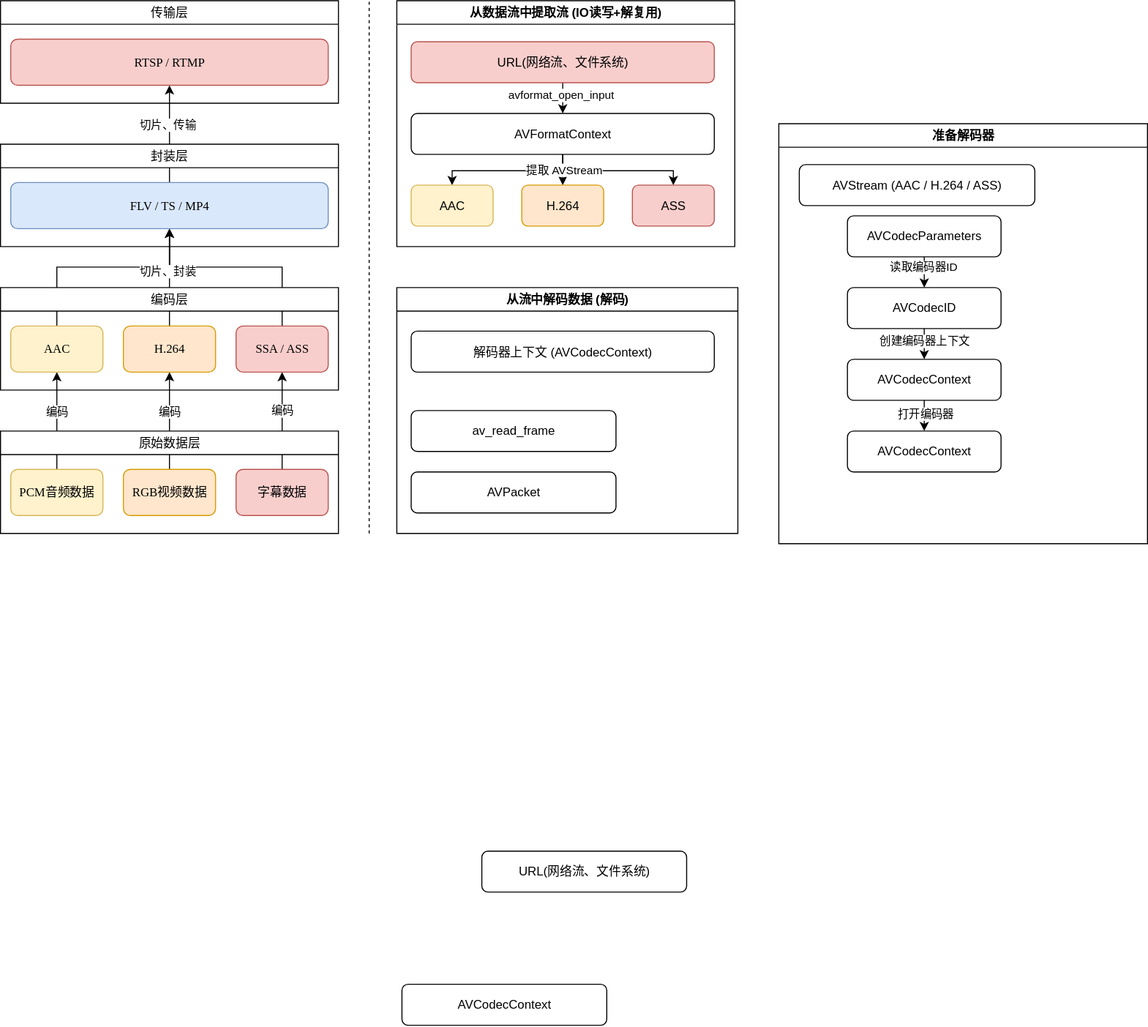
Before: 音视频开发/Resources/FFmpeg解码工作流.drawio.svg, a diagram exported from draw.io (h13-0/Notebooks). Source tidied: cells renumbered, new cells last; positions are measured from the earlier drawing's top-left corner, leaving out a move shared by most shapes.
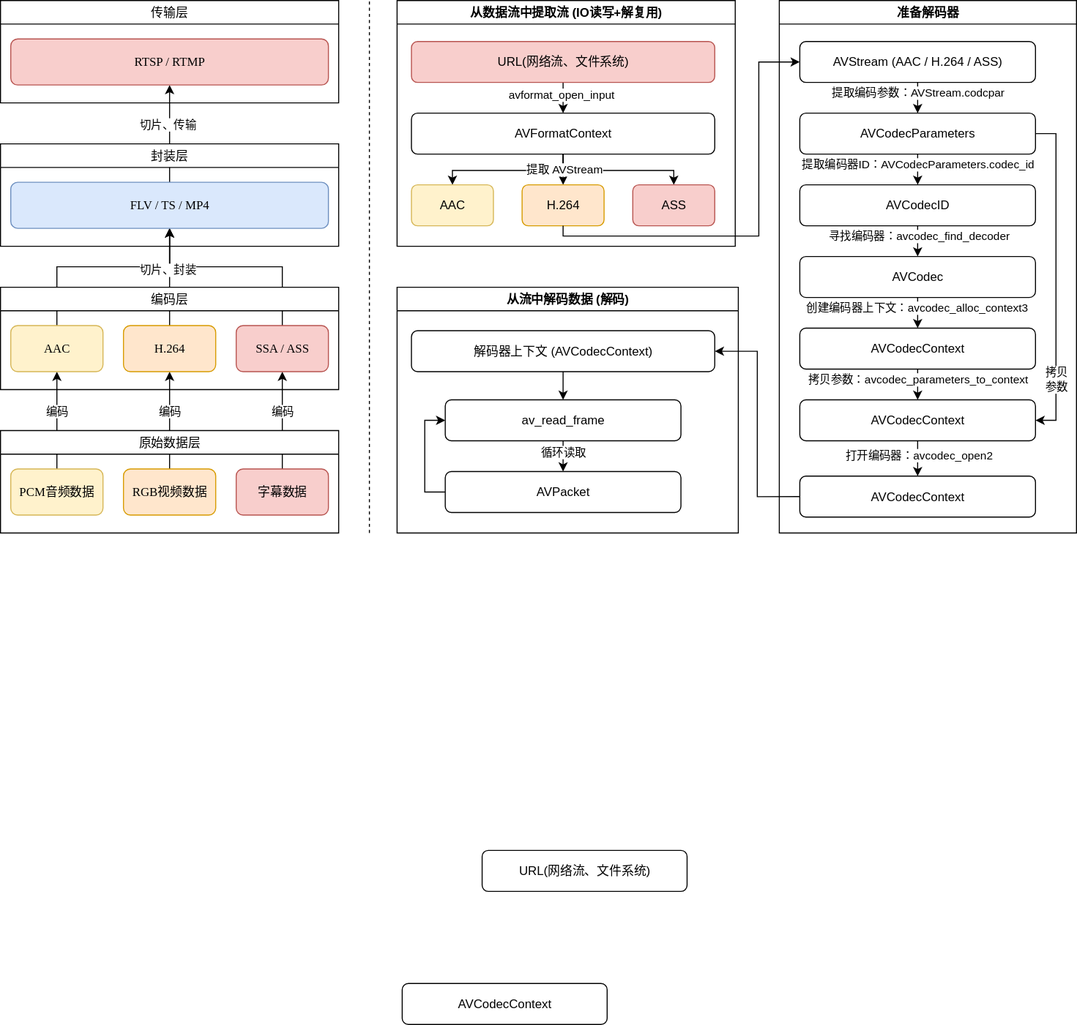
After the change.

Commit message:
vault backup: 2025-12-18 13:32:08

What changed in the source:
```diff
@@ -153,52 +153,118 @@
       <mxGeometry x="230" y="180" width="80" height="40" as="geometry" />
     </mxCell>
     <mxCell id="41" value="准备解码器" style="swimlane;whiteSpace=wrap;html=1;" parent="1" vertex="1">
-      <mxGeometry x="760" y="120" width="360" height="410" as="geometry" />
+      <mxGeometry x="760" width="290" height="520" as="geometry" />
     </mxCell>
     <mxCell id="42" style="edgeStyle=orthogonalEdgeStyle;rounded=0;jettySize=auto;html=1;exitX=0.5;exitY=1;exitDx=0;exitDy=0;entryX=0.5;entryY=0;entryDx=0;entryDy=0;" parent="41" edge="1" source="44" target="51">
       <mxGeometry relative="1" as="geometry" />
     </mxCell>
-    <mxCell id="43" value="打开编码器" style="edgeLabel;html=1;align=center;verticalAlign=middle;" parent="42" vertex="1">
+    <mxCell id="43" value="打开编码器：avcodec_open2" style="edgeLabel;html=1;align=center;verticalAlign=middle;" parent="42" vertex="1">
       <mxGeometry x="-0.18" y="1" relative="1" as="geometry" />
     </mxCell>
     <mxCell id="44" value="AVCodecContext" style="rounded=1;whiteSpace=wrap;html=1;" parent="41" vertex="1">
-      <mxGeometry x="67" y="230" width="150" height="40" as="geometry" />
+      <mxGeometry x="20" y="390" width="230" height="40" as="geometry" />
     </mxCell>
     <mxCell id="45" style="edgeStyle=orthogonalEdgeStyle;rounded=0;jettySize=auto;html=1;exitX=0.5;exitY=1;exitDx=0;exitDy=0;entryX=0.5;entryY=0;entryDx=0;entryDy=0;" parent="41" edge="1" source="47" target="50">
       <mxGeometry relative="1" as="geometry" />
     </mxCell>
-    <mxCell id="46" value="读取编码器ID" style="edgeLabel;html=1;align=center;verticalAlign=middle;" parent="45" vertex="1">
-      <mxGeometry x="-0.35" y="-1" relative="1" as="geometry" />
+    <mxCell id="46" value="提取编码器ID：AVCodecParameters.codec_id" style="edgeLabel;html=1;align=center;verticalAlign=middle;" parent="45" vertex="1">
+      <mxGeometry x="-0.35" y="-1" relative="1" as="geometry">
+        <mxPoint x="1" as="offset" />
+      </mxGeometry>
     </mxCell>
+    <mxCell id="57" style="edgeStyle=orthogonalEdgeStyle;rounded=0;jettySize=auto;html=1;exitX=1;exitY=0.5;exitDx=0;exitDy=0;entryX=1;entryY=0.5;entryDx=0;entryDy=0;" parent="41" edge="1" source="47" target="44">
+      <mxGeometry relative="1" as="geometry" />
+    </mxCell>
+    <mxCell id="58" value="拷贝&lt;div&gt;参数&lt;/div&gt;" style="edgeLabel;html=1;align=center;verticalAlign=middle;" parent="57" vertex="1">
+      <mxGeometry x="0.09" y="-5" relative="1" as="geometry">
+        <mxPoint x="5" y="85" as="offset" />
+      </mxGeometry>
+    </mxCell>
     <mxCell id="47" value="AVCodecParameters" style="rounded=1;whiteSpace=wrap;html=1;" parent="41" vertex="1">
-      <mxGeometry x="67" y="90" width="150" height="40" as="geometry" />
+      <mxGeometry x="20" y="110" width="230" height="40" as="geometry" />
     </mxCell>
-    <mxCell id="48" style="edgeStyle=orthogonalEdgeStyle;rounded=0;jettySize=auto;html=1;exitX=0.5;exitY=1;exitDx=0;exitDy=0;entryX=0.5;entryY=0;entryDx=0;entryDy=0;" parent="41" edge="1" source="50" target="44">
-      <mxGeometry relative="1" as="geometry" />
-    </mxCell>
-    <mxCell id="49" value="创建编码器上下文" style="edgeLabel;html=1;align=center;verticalAlign=middle;" parent="48" vertex="1">
-      <mxGeometry x="-0.22" relative="1" as="geometry" />
-    </mxCell>
+    <mxCell id="59" style="edgeStyle=orthogonalEdgeStyle;rounded=0;jettySize=auto;html=1;exitX=0.5;exitY=1;exitDx=0;exitDy=0;entryX=0.5;entryY=0;entryDx=0;entryDy=0;" parent="41" edge="1" source="50" target="65">
+      <mxGeometry relative="1" as="geometry" />
+    </mxCell>
+    <mxCell id="60" value="寻找编码器：avcodec_find_decoder" style="edgeLabel;html=1;align=center;verticalAlign=middle;" parent="59" vertex="1">
+      <mxGeometry x="-0.37" y="1" relative="1" as="geometry" />
+    </mxCell>
     <mxCell id="50" value="AVCodecID" style="rounded=1;whiteSpace=wrap;html=1;" parent="41" vertex="1">
-      <mxGeometry x="67" y="160" width="150" height="40" as="geometry" />
+      <mxGeometry x="20" y="180" width="230" height="40" as="geometry" />
     </mxCell>
     <mxCell id="51" value="AVCodecContext" style="rounded=1;whiteSpace=wrap;html=1;" parent="41" vertex="1">
-      <mxGeometry x="67" y="300" width="150" height="40" as="geometry" />
+      <mxGeometry x="20" y="464.5" width="230" height="40" as="geometry" />
     </mxCell>
+    <mxCell id="61" style="edgeStyle=orthogonalEdgeStyle;rounded=0;jettySize=auto;html=1;exitX=0.5;exitY=1;exitDx=0;exitDy=0;entryX=0.5;entryY=0;entryDx=0;entryDy=0;" parent="41" edge="1" source="52" target="47">
+      <mxGeometry relative="1" as="geometry" />
+    </mxCell>
+    <mxCell id="62" value="提取编码参数：AVStream.codcpar" style="edgeLabel;html=1;align=center;verticalAlign=middle;" parent="61" vertex="1">
+      <mxGeometry x="-0.06" y="2" relative="1" as="geometry">
+        <mxPoint x="-2" y="-4" as="offset" />
+      </mxGeometry>
+    </mxCell>
     <mxCell id="52" value="AVStream (AAC / H.264 / ASS)" style="rounded=1;whiteSpace=wrap;html=1;" parent="41" vertex="1">
       <mxGeometry x="20" y="40" width="230" height="40" as="geometry" />
     </mxCell>
+    <mxCell id="63" style="edgeStyle=orthogonalEdgeStyle;rounded=0;jettySize=auto;html=1;exitX=0.5;exitY=1;exitDx=0;exitDy=0;entryX=0.5;entryY=0;entryDx=0;entryDy=0;" parent="41" edge="1" source="65" target="68">
+      <mxGeometry relative="1" as="geometry" />
+    </mxCell>
+    <mxCell id="64" value="创建编码器上下文：avcodec_alloc_context3" style="edgeLabel;html=1;align=center;verticalAlign=middle;" parent="63" vertex="1">
+      <mxGeometry x="-0.16" y="-1" relative="1" as="geometry">
+        <mxPoint y="-3" as="offset" />
+      </mxGeometry>
+    </mxCell>
+    <mxCell id="65" value="AVCodec" style="rounded=1;whiteSpace=wrap;html=1;" parent="41" vertex="1">
+      <mxGeometry x="20" y="250" width="230" height="40" as="geometry" />
+    </mxCell>
+    <mxCell id="66" style="edgeStyle=orthogonalEdgeStyle;rounded=0;jettySize=auto;html=1;exitX=0.5;exitY=1;exitDx=0;exitDy=0;entryX=0.5;entryY=0;entryDx=0;entryDy=0;" parent="41" edge="1" source="68" target="44">
+      <mxGeometry relative="1" as="geometry" />
+    </mxCell>
+    <mxCell id="67" value="拷贝参数：avcodec_parameters_to_context" style="edgeLabel;html=1;align=center;verticalAlign=middle;" parent="66" vertex="1">
+      <mxGeometry x="-0.41" relative="1" as="geometry">
+        <mxPoint y="1" as="offset" />
+      </mxGeometry>
+    </mxCell>
+    <mxCell id="68" value="AVCodecContext" style="rounded=1;whiteSpace=wrap;html=1;" parent="41" vertex="1">
+      <mxGeometry x="20" y="320" width="230" height="40" as="geometry" />
+    </mxCell>
     <mxCell id="53" value="从流中解码数据 (解码)" style="swimlane;whiteSpace=wrap;html=1;" parent="1" vertex="1">
       <mxGeometry x="387" y="280" width="333" height="240" as="geometry" />
     </mxCell>
+    <mxCell id="69" style="edgeStyle=orthogonalEdgeStyle;rounded=0;jettySize=auto;html=1;exitX=0.5;exitY=1;exitDx=0;exitDy=0;entryX=0.5;entryY=0;entryDx=0;entryDy=0;" parent="53" edge="1" source="54" target="55">
+      <mxGeometry relative="1" as="geometry" />
+    </mxCell>
     <mxCell id="54" value="解码器上下文 (AVCodecContext)" style="rounded=1;whiteSpace=wrap;html=1;" parent="53" vertex="1">
       <mxGeometry x="14" y="42.5" width="296" height="40" as="geometry" />
     </mxCell>
+    <mxCell id="70" style="edgeStyle=orthogonalEdgeStyle;rounded=0;jettySize=auto;html=1;exitX=0.5;exitY=1;exitDx=0;exitDy=0;entryX=0.5;entryY=0;entryDx=0;entryDy=0;" parent="53" edge="1" source="55" target="56">
+      <mxGeometry relative="1" as="geometry" />
+    </mxCell>
+    <mxCell id="71" value="循环读取" style="edgeLabel;html=1;align=center;verticalAlign=middle;" parent="70" vertex="1">
+      <mxGeometry x="-0.53" y="-1" relative="1" as="geometry">
+        <mxPoint x="1" y="3" as="offset" />
+      </mxGeometry>
+    </mxCell>
     <mxCell id="55" value="av_read_frame" style="rounded=1;whiteSpace=wrap;html=1;" parent="53" vertex="1">
-      <mxGeometry x="14" y="120" width="200" height="40" as="geometry" />
+      <mxGeometry x="47" y="110" width="230" height="40" as="geometry" />
     </mxCell>
+    <mxCell id="72" style="edgeStyle=orthogonalEdgeStyle;rounded=0;jettySize=auto;html=1;exitX=0;exitY=0.5;exitDx=0;exitDy=0;entryX=0;entryY=0.5;entryDx=0;entryDy=0;" parent="53" edge="1" source="56" target="55">
+      <mxGeometry relative="1" as="geometry" />
+    </mxCell>
     <mxCell id="56" value="AVPacket" style="rounded=1;whiteSpace=wrap;html=1;" parent="53" vertex="1">
-      <mxGeometry x="14" y="180" width="200" height="40" as="geometry" />
+      <mxGeometry x="47" y="180" width="230" height="40" as="geometry" />
     </mxCell>
+    <mxCell id="73" style="edgeStyle=orthogonalEdgeStyle;rounded=0;jettySize=auto;html=1;exitX=0;exitY=0.5;exitDx=0;exitDy=0;entryX=1;entryY=0.5;entryDx=0;entryDy=0;" parent="1" edge="1" source="51" target="54">
+      <mxGeometry relative="1" as="geometry" />
+    </mxCell>
+    <mxCell id="74" style="edgeStyle=orthogonalEdgeStyle;rounded=0;jettySize=auto;html=1;exitX=0.5;exitY=1;exitDx=0;exitDy=0;entryX=0;entryY=0.5;entryDx=0;entryDy=0;" parent="1" edge="1" source="39" target="52">
+      <mxGeometry relative="1" as="geometry">
+        <Array as="points">
+          <mxPoint x="549" y="230" />
+          <mxPoint x="740" y="230" />
+          <mxPoint x="740" y="60" />
+        </Array>
+      </mxGeometry>
+    </mxCell>
   </root>
 </mxGraphModel>
```
